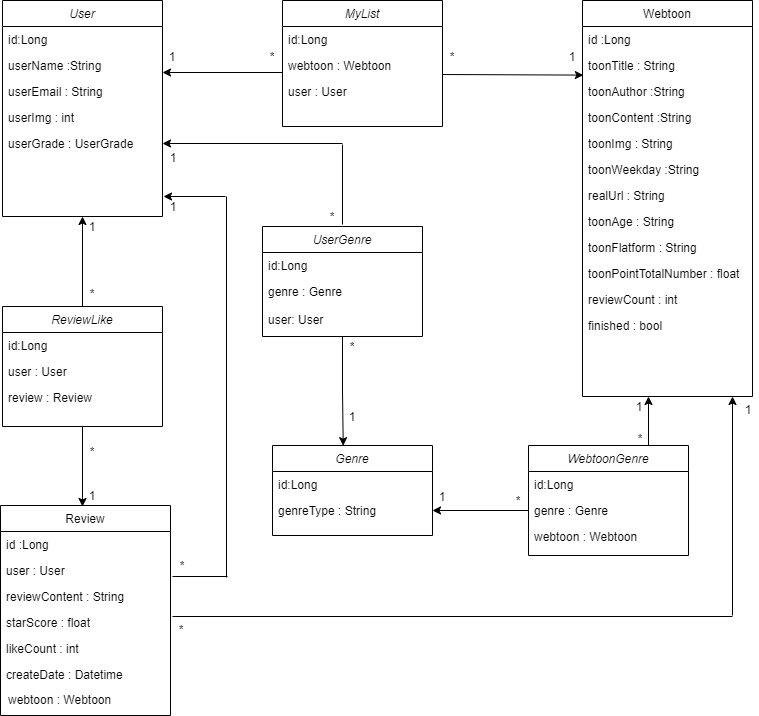
This is webtooniverse Diagram.png from yeonnwoo/Webtooni_server, a draw.io export, as it was before one commit. Source tidied: cells renumbered, new cells last; positions are measured from the earlier drawing's top-left corner, leaving out a move shared by most shapes.
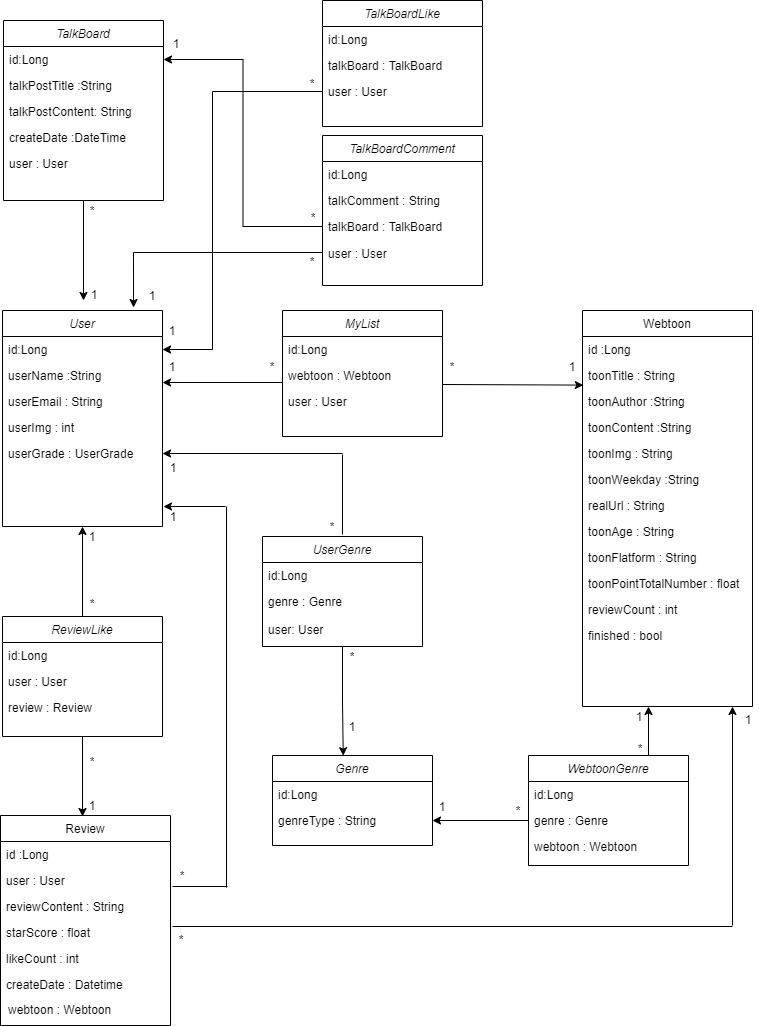
After the change.

The edit, as a diff of the source:
```diff
@@ -271,5 +271,95 @@
         <mxPoint x="732" y="396" as="targetPoint" />
       </mxGeometry>
     </mxCell>
+    <mxCell id="82" value="TalkBoardLike" style="swimlane;fontStyle=2;align=center;verticalAlign=top;horizontal=1;startSize=26;rounded=0;shadow=0;strokeWidth=1;" parent="1" vertex="1">
+      <mxGeometry x="322" y="-310" width="160" height="126" as="geometry" />
+    </mxCell>
+    <mxCell id="83" value="id:Long" style="text;align=left;verticalAlign=top;spacingLeft=4;spacingRight=4;overflow=hidden;" parent="82" vertex="1">
+      <mxGeometry y="26" width="160" height="26" as="geometry" />
+    </mxCell>
+    <mxCell id="84" value="talkBoard : TalkBoard" style="text;align=left;verticalAlign=top;spacingLeft=4;spacingRight=4;overflow=hidden;rounded=0;shadow=0;html=0;" parent="82" vertex="1">
+      <mxGeometry y="52" width="160" height="26" as="geometry" />
+    </mxCell>
+    <mxCell id="85" value="user : User" style="text;align=left;verticalAlign=top;spacingLeft=4;spacingRight=4;overflow=hidden;points=[[0,0.5],[1,0.5]];portConstraint=eastwest;rounded=0;shadow=0;html=0;" parent="82" vertex="1">
+      <mxGeometry y="78" width="160" height="26" as="geometry" />
+    </mxCell>
+    <mxCell id="86" style="edgeStyle=orthogonalEdgeStyle;rounded=0;jettySize=auto;html=1;exitX=0.5;exitY=1;exitDx=0;exitDy=0;" parent="1" edge="1" source="87">
+      <mxGeometry relative="1" as="geometry">
+        <mxPoint x="83" y="-10" as="targetPoint" />
+      </mxGeometry>
+    </mxCell>
+    <mxCell id="87" value="TalkBoard" style="swimlane;fontStyle=2;align=center;verticalAlign=top;horizontal=1;startSize=26;rounded=0;shadow=0;strokeWidth=1;" parent="1" vertex="1">
+      <mxGeometry x="3" y="-290" width="160" height="180" as="geometry" />
+    </mxCell>
+    <mxCell id="88" value="id:Long" style="text;align=left;verticalAlign=top;spacingLeft=4;spacingRight=4;overflow=hidden;points=[[0,0.5],[1,0.5]];portConstraint=eastwest;" parent="87" vertex="1">
+      <mxGeometry y="26" width="160" height="26" as="geometry" />
+    </mxCell>
+    <mxCell id="89" value="talkPostTitle :String" style="text;align=left;verticalAlign=top;spacingLeft=4;spacingRight=4;overflow=hidden;rounded=0;shadow=0;html=0;" parent="87" vertex="1">
+      <mxGeometry y="52" width="160" height="26" as="geometry" />
+    </mxCell>
+    <mxCell id="90" value="talkPostContent: String" style="text;align=left;verticalAlign=top;spacingLeft=4;spacingRight=4;overflow=hidden;rounded=0;shadow=0;html=0;" parent="87" vertex="1">
+      <mxGeometry y="78" width="160" height="26" as="geometry" />
+    </mxCell>
+    <mxCell id="91" value="createDate :DateTime" style="text;align=left;verticalAlign=top;spacingLeft=4;spacingRight=4;overflow=hidden;rounded=0;shadow=0;html=0;" parent="87" vertex="1">
+      <mxGeometry y="104" width="160" height="26" as="geometry" />
+    </mxCell>
+    <mxCell id="92" value="user : User" style="text;align=left;verticalAlign=top;spacingLeft=4;spacingRight=4;overflow=hidden;rounded=0;shadow=0;html=0;" parent="87" vertex="1">
+      <mxGeometry y="130" width="160" height="26" as="geometry" />
+    </mxCell>
+    <mxCell id="93" value="TalkBoardComment" style="swimlane;fontStyle=2;align=center;verticalAlign=top;horizontal=1;startSize=26;rounded=0;shadow=0;strokeWidth=1;" parent="1" vertex="1">
+      <mxGeometry x="322" y="-175" width="160" height="150" as="geometry" />
+    </mxCell>
+    <mxCell id="94" value="id:Long" style="text;align=left;verticalAlign=top;spacingLeft=4;spacingRight=4;overflow=hidden;" parent="93" vertex="1">
+      <mxGeometry y="26" width="160" height="26" as="geometry" />
+    </mxCell>
+    <mxCell id="95" value="talkComment : String" style="text;align=left;verticalAlign=top;spacingLeft=4;spacingRight=4;overflow=hidden;rounded=0;shadow=0;html=0;" parent="93" vertex="1">
+      <mxGeometry y="52" width="160" height="26" as="geometry" />
+    </mxCell>
+    <mxCell id="96" value="talkBoard : TalkBoard" style="text;align=left;verticalAlign=top;spacingLeft=4;spacingRight=4;overflow=hidden;points=[[0,0.5],[1,0.5]];portConstraint=eastwest;rounded=0;shadow=0;html=0;" parent="93" vertex="1">
+      <mxGeometry y="78" width="160" height="26" as="geometry" />
+    </mxCell>
+    <mxCell id="97" value="1" style="text;html=1;strokeColor=none;fillColor=none;align=center;verticalAlign=middle;whiteSpace=wrap;rounded=0;" parent="1" vertex="1">
+      <mxGeometry x="84" y="-26" width="20" height="20" as="geometry" />
+    </mxCell>
+    <mxCell id="98" value="*" style="text;html=1;strokeColor=none;fillColor=none;align=center;verticalAlign=middle;whiteSpace=wrap;rounded=0;" parent="1" vertex="1">
+      <mxGeometry x="82" y="-110" width="20" height="20" as="geometry" />
+    </mxCell>
+    <mxCell id="99" style="edgeStyle=orthogonalEdgeStyle;rounded=0;jettySize=auto;html=1;exitX=0;exitY=0.5;exitDx=0;exitDy=0;entryX=0.819;entryY=-0.014;entryDx=0;entryDy=0;entryPerimeter=0;" parent="1" edge="1" target="2">
+      <mxGeometry relative="1" as="geometry">
+        <mxPoint x="322" y="-58" as="sourcePoint" />
+      </mxGeometry>
+    </mxCell>
+    <mxCell id="100" value="1" style="text;html=1;strokeColor=none;fillColor=none;align=center;verticalAlign=middle;whiteSpace=wrap;rounded=0;" parent="1" vertex="1">
+      <mxGeometry x="142" y="-25" width="20" height="20" as="geometry" />
+    </mxCell>
+    <mxCell id="101" value="*" style="text;html=1;strokeColor=none;fillColor=none;align=center;verticalAlign=middle;whiteSpace=wrap;rounded=0;" parent="1" vertex="1">
+      <mxGeometry x="302" y="-59" width="20" height="20" as="geometry" />
+    </mxCell>
+    <mxCell id="102" value="user : User" style="text;align=left;verticalAlign=top;spacingLeft=4;spacingRight=4;overflow=hidden;rounded=0;shadow=0;html=0;" parent="1" vertex="1">
+      <mxGeometry x="322" y="-70" width="160" height="26" as="geometry" />
+    </mxCell>
+    <mxCell id="103" style="edgeStyle=orthogonalEdgeStyle;rounded=0;jettySize=auto;html=1;exitX=0;exitY=0.5;exitDx=0;exitDy=0;entryX=1;entryY=0.5;entryDx=0;entryDy=0;" parent="1" edge="1" source="96" target="88">
+      <mxGeometry relative="1" as="geometry" />
+    </mxCell>
+    <mxCell id="104" value="1" style="text;html=1;strokeColor=none;fillColor=none;align=center;verticalAlign=middle;whiteSpace=wrap;rounded=0;" parent="1" vertex="1">
+      <mxGeometry x="166" y="-277" width="20" height="20" as="geometry" />
+    </mxCell>
+    <mxCell id="105" value="*" style="text;html=1;strokeColor=none;fillColor=none;align=center;verticalAlign=middle;whiteSpace=wrap;rounded=0;" parent="1" vertex="1">
+      <mxGeometry x="303" y="-103" width="20" height="20" as="geometry" />
+    </mxCell>
+    <mxCell id="106" style="edgeStyle=orthogonalEdgeStyle;rounded=0;jettySize=auto;html=1;exitX=0;exitY=0.5;exitDx=0;exitDy=0;entryX=1;entryY=0.5;entryDx=0;entryDy=0;" parent="1" edge="1" source="85" target="3">
+      <mxGeometry relative="1" as="geometry">
+        <Array as="points">
+          <mxPoint x="212" y="-219" />
+          <mxPoint x="212" y="39" />
+        </Array>
+      </mxGeometry>
+    </mxCell>
+    <mxCell id="107" value="1" style="text;html=1;strokeColor=none;fillColor=none;align=center;verticalAlign=middle;whiteSpace=wrap;rounded=0;" parent="1" vertex="1">
+      <mxGeometry x="162" y="10" width="20" height="20" as="geometry" />
+    </mxCell>
+    <mxCell id="108" value="*" style="text;html=1;strokeColor=none;fillColor=none;align=center;verticalAlign=middle;whiteSpace=wrap;rounded=0;" parent="1" vertex="1">
+      <mxGeometry x="302" y="-237" width="20" height="20" as="geometry" />
+    </mxCell>
   </root>
 </mxGraphModel>
```
